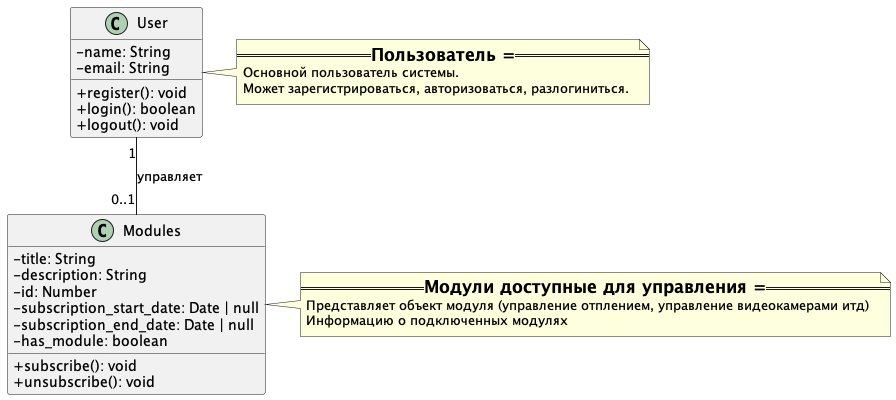
The PlantUML diagram schemas/code_diagram/diagram_code.png in fluffybone/yandex-architecture-warmhouse, before a commit. Source of this version:
```plantuml
@startuml diagram_code
skinparam classAttributeIconSize 0

class User {
  - name: String
  - email: String

  + register(): void
  + login(): boolean
  + logout(): void
}

class Modules {
  - title: String
  - description: String
  - id: Number
  - subscription_start_date: Date | null
  - subscription_end_date: Date | null
  - has_module: boolean

  + subscribe(): void
  + unsubscribe(): void
}


User "1" -- "0..1" Modules : управляет

note right of User
  === Пользователь ===
  Основной пользователь системы.
  Может зарегистрироваться, авторизоваться, разлогиниться.
end note

note right of Modules
  === Модули доступные для управления ===
  Представляет объект модуля (управление отплением, управление видеокамерами итд)
  Информацию о подключенных модулях
end note


@enduml
```
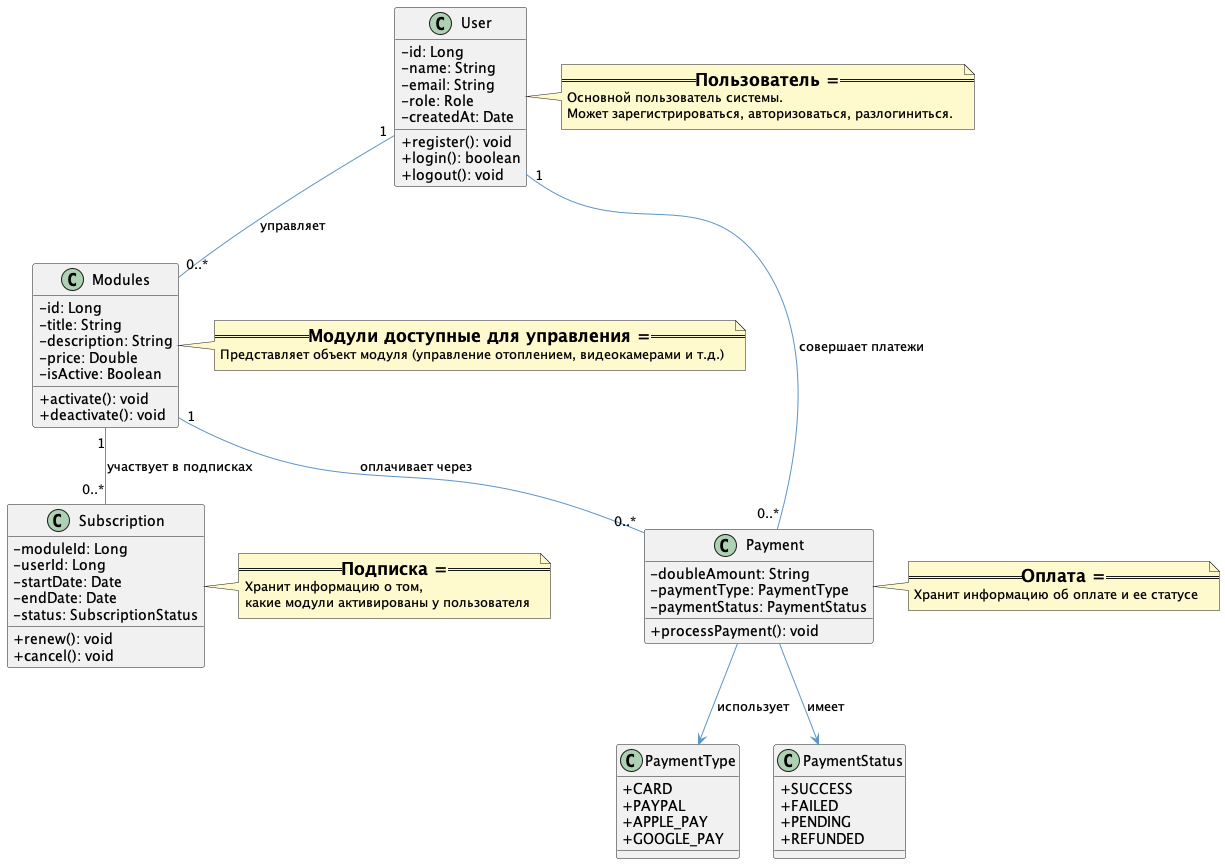
Later version of the same file.

Commit message:
warmhouse: fixed diagram

The edit, as a diff of the source:
```diff
@@ -1,9 +1,15 @@
 @startuml diagram_code
 skinparam classAttributeIconSize 0
+skinparam noteBackgroundColor #FFFACD
+skinparam arrowColor #5E94C6
+
 
 class User {
+  - id: Long
   - name: String
   - email: String
+  - role: Role
+  - createdAt: Date
 
   + register(): void
   + login(): boolean
@@ -11,19 +17,57 @@
 }
 
 class Modules {
+  - id: Long
   - title: String
   - description: String
-  - id: Number
-  - subscription_start_date: Date | null
-  - subscription_end_date: Date | null
-  - has_module: boolean
+  - price: Double
+  - isActive: Boolean
 
-  + subscribe(): void
-  + unsubscribe(): void
+  + activate(): void
+  + deactivate(): void
+}
+
+class Subscription {
+  - moduleId: Long
+  - userId: Long
+  - startDate: Date
+  - endDate: Date
+  - status: SubscriptionStatus
+
+  + renew(): void
+  + cancel(): void
+}
+
+class Payment {
+  - doubleAmount: String
+  - paymentType: PaymentType
+  - paymentStatus: PaymentStatus
+  + processPayment(): void
+}
+
+class PaymentType {
+  + CARD
+  + PAYPAL
+  + APPLE_PAY
+  + GOOGLE_PAY
+}
+
+class PaymentStatus {
+  + SUCCESS
+  + FAILED
+  + PENDING
+  + REFUNDED
 }
 
 
-User "1" -- "0..1" Modules : управляет
+User "1" -- "0..*" Modules : управляет
+Modules "1" -- "0..*" Subscription : участвует в подписках
+Modules "1" -- "0..*" Payment : оплачивает через
+User "1" -- "0..*" Payment : совершает платежи
+
+Payment --> PaymentType : использует
+Payment --> PaymentStatus : имеет
+
 
 note right of User
   === Пользователь ===
@@ -33,8 +77,18 @@
 
 note right of Modules
   === Модули доступные для управления ===
-  Представляет объект модуля (управление отплением, управление видеокамерами итд)
-  Информацию о подключенных модулях
+  Представляет объект модуля (управление отоплением, видеокамерами и т.д.)
+end note
+
+note right of Subscription
+  === Подписка ===
+  Хранит информацию о том,
+  какие модули активированы у пользователя
+end note
+
+note right of Payment
+  === Оплата ===
+  Хранит информацию об оплате и ее статусе
 end note
 
 
```
